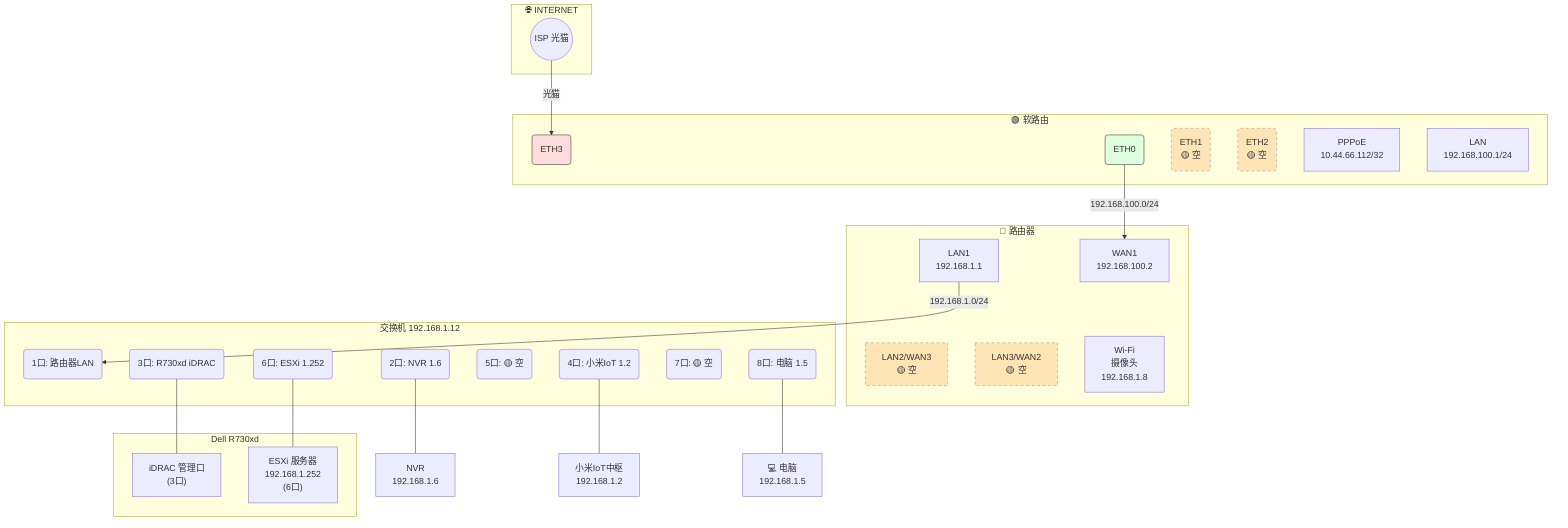
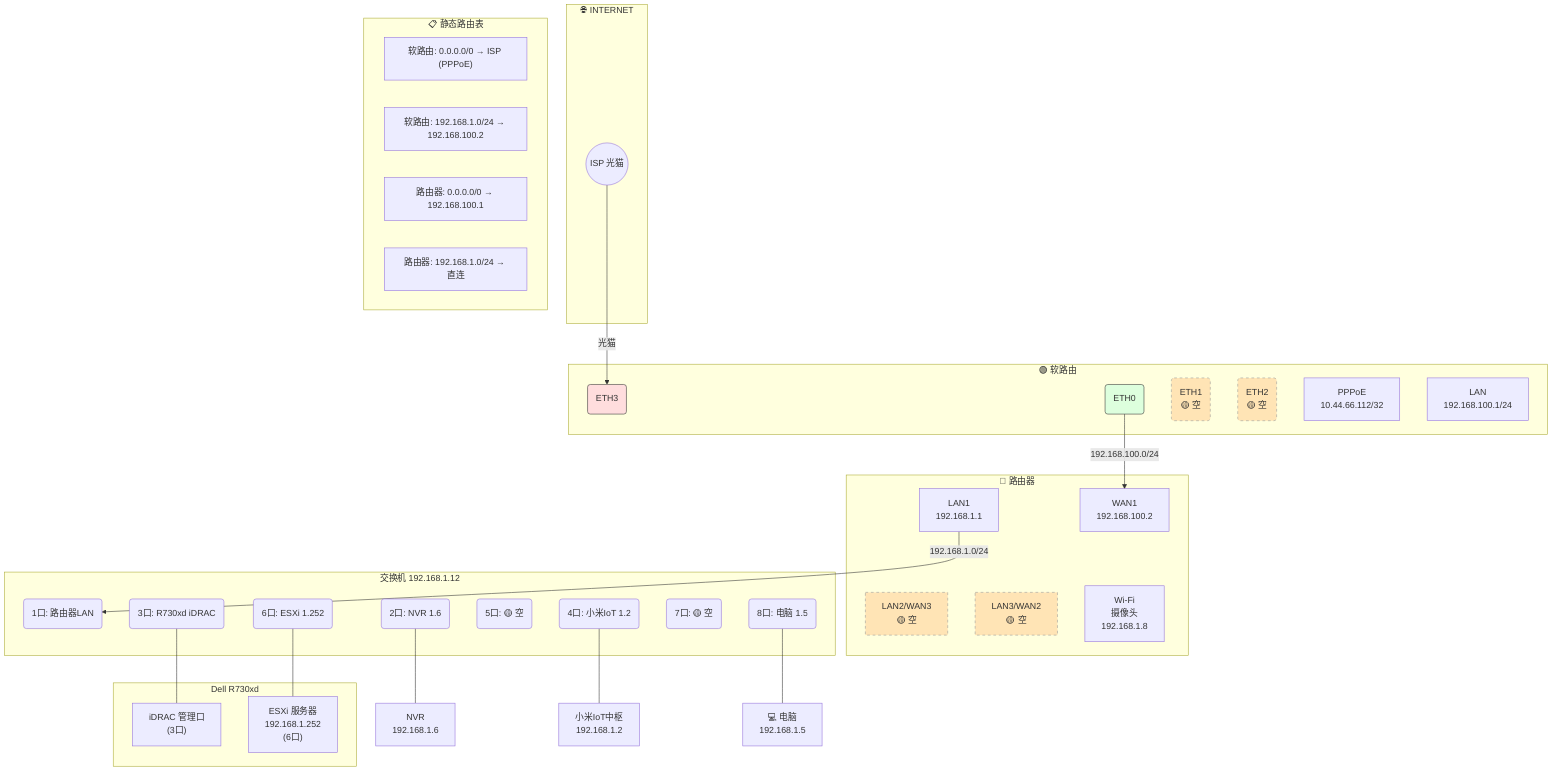
graph TB
    subgraph INTERNET["🌐 INTERNET"]
        ISP(("ISP 光猫"))
    end

    subgraph SR["🟢 软路由"]
        ETH3("ETH3"):::wan
        ETH0("ETH0"):::lan
        ETH1("ETH1<br/>🟡 空"):::idle
        ETH2("ETH2<br/>🟡 空"):::idle
        SR_WAN["PPPoE<br/>10.44.66.112/32"]
        SR_LAN["LAN<br/>192.168.100.1/24"]
    end

    subgraph R2["🔵 路由器"]
        R2_WAN1["WAN1<br/>192.168.100.2"]
        R2_LAN1["LAN1<br/>192.168.1.1"]
        R2_LAN2["LAN2/WAN3<br/>🟡 空"]:::idle
        R2_LAN3["LAN3/WAN2<br/>🟡 空"]:::idle
        WIFI["Wi-Fi<br/>摄像头<br/>192.168.1.8"]
    end

    subgraph SW["交换机 192.168.1.12"]
        P1("1口: 路由器LAN")
        P2("2口: NVR 1.6")
        P3("3口: R730xd iDRAC")
        P4("4口: 小米IoT 1.2")
        P5("5口: 🟡 空")
        P6("6口: ESXi 1.252")
        P7("7口: 🟡 空")
        P8("8口: 电脑 1.5")
    end

    subgraph R730xd["Dell R730xd"]
        IDRAC["iDRAC 管理口<br/>(3口)"]
        ESXI["ESXi 服务器<br/>192.168.1.252<br/>(6口)"]
    end

    ISP -->|"光猫"| ETH3
    ETH0 -->|"192.168.100.0/24"| R2_WAN1
    R2_LAN1 -->|"192.168.1.0/24"| P1
    P2 --- NVR["NVR<br/>192.168.1.6"]
    P3 --- IDRAC
    P4 --- IOT["小米IoT中枢<br/>192.168.1.2"]
    P6 --- ESXI
    P8 --- PC["💻 电脑<br/>192.168.1.5"]
    R2 --- WIFI

+     subgraph RT["📋 静态路由表"]
+         SR_R1["软路由: 0.0.0.0/0 → ISP (PPPoE)"]
+         SR_R2["软路由: 192.168.1.0/24 → 192.168.100.2"]
+         R2_R1["路由器: 0.0.0.0/0 → 192.168.100.1"]
+         R2_R2["路由器: 192.168.1.0/24 → 直连"]
+     end
+ 
    classDef wan fill:#FFDDDD,stroke:#333
    classDef lan fill:#DDFFDD,stroke:#333
    classDef idle fill:#FFE4B5,stroke:#999,stroke-dasharray: 5 5